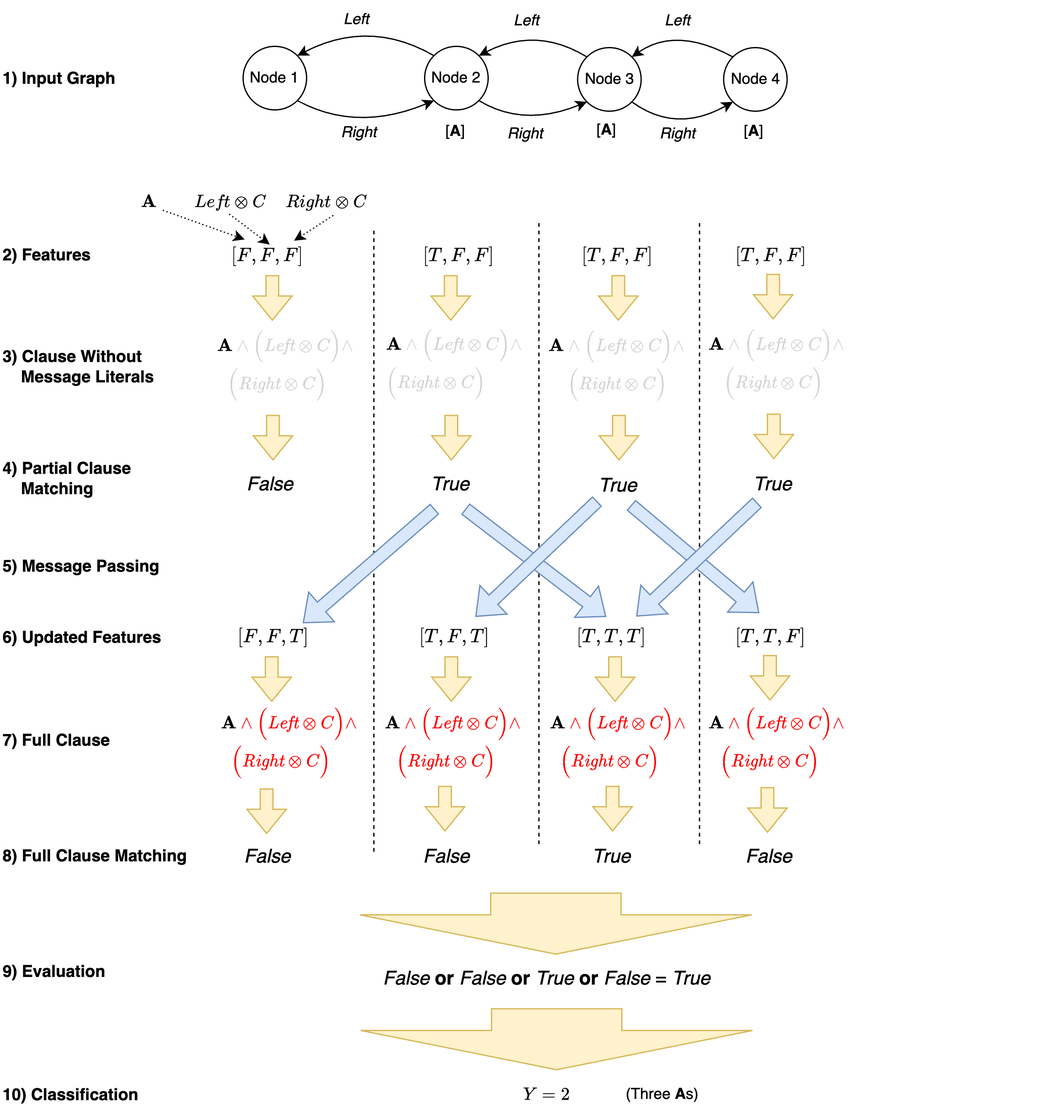
Earlier version of the draw.io export figures/SequenceClassificationInference.png (cair/GraphTsetlinMachine). Source tidied: cells renumbered, new cells last; positions are measured from the earlier drawing's top-left corner, leaving out a move shared by most shapes.
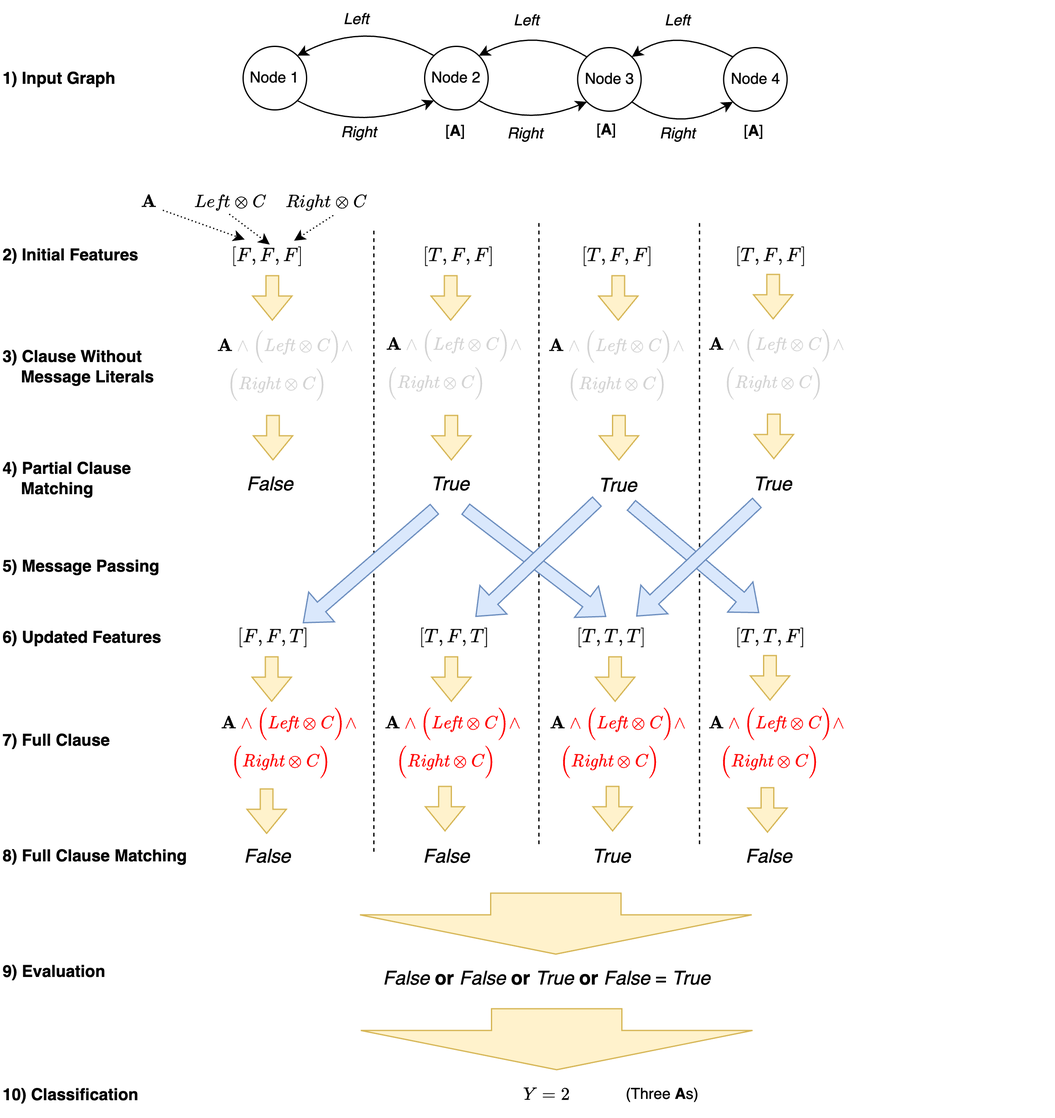
After the change.

What changed in the source:
```diff
@@ -104,8 +104,8 @@
     <mxCell id="27" value="&lt;font style=&quot;font-size: 13px;&quot;&gt;$$[T, T, F]$$&lt;/font&gt;" style="text;html=1;align=center;verticalAlign=middle;strokeColor=none;fillColor=none;" parent="1" vertex="1">
       <mxGeometry x="561.2" y="486" width="90" height="30" as="geometry" />
     </mxCell>
-    <mxCell id="28" value="&lt;b&gt;&lt;font style=&quot;font-size: 13px;&quot;&gt;2) Features&lt;/font&gt;&lt;/b&gt;" style="text;html=1;align=left;verticalAlign=middle;strokeColor=none;fillColor=none;" parent="1" vertex="1">
-      <mxGeometry y="185" width="90" height="30" as="geometry" />
+    <mxCell id="28" value="&lt;b&gt;&lt;font style=&quot;font-size: 13px;&quot;&gt;2) Initial Features&lt;/font&gt;&lt;/b&gt;" style="text;html=1;align=left;verticalAlign=middle;strokeColor=none;fillColor=none;" parent="1" vertex="1">
+      <mxGeometry y="185" width="130" height="30" as="geometry" />
     </mxCell>
     <mxCell id="29" value="$$\textbf{A} \textcolor{lightgrey}{\land \Big(\mathit{Left} \otimes C\Big) \land}$$" style="text;html=1;align=center;verticalAlign=middle;strokeColor=none;fillColor=none;" parent="1" vertex="1">
       <mxGeometry x="3.5" y="257" width="440" height="30" as="geometry" />
```
